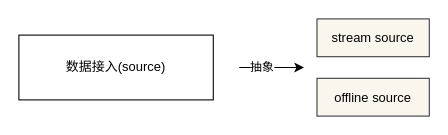
Earlier version of the draw.io diagram struct_abstract.drawio (learn2Pro/draw_io_save). Source tidied: cells renumbered, new cells numbered last; positions are measured from the earlier drawing's top-left corner, leaving out a move shared by most shapes. Both pictures are drawn from the tidied source at 108%, with x=0, y=0 at pixel (18, 18).
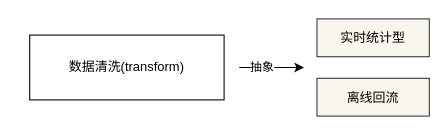
After the change.

Diff of the diagram source:
```diff
@@
 <mxGraphModel>
   <root>
     <mxCell id="0" />
     <mxCell id="1" parent="0" />
-    <mxCell id="2" value="数据接入(source)" style="rounded=0;whiteSpace=wrap;html=1;" parent="1" vertex="1">
-      <mxGeometry y="15" width="180" height="60" as="geometry" />
-    </mxCell>
     <mxCell id="3" style="endArrow=classic;html=1;" parent="1" edge="1">
       <mxGeometry relative="1" as="geometry">
         <mxPoint x="204" y="45" as="sourcePoint" />
         <mxPoint x="264" y="45" as="targetPoint" />
       </mxGeometry>
     </mxCell>
     <mxCell id="4" value="抽象" style="edgeLabel;html=1;align=center;verticalAlign=middle;" parent="3" vertex="1">
       <mxGeometry x="-0.34" y="1" relative="1" as="geometry" />
     </mxCell>
-    <mxCell id="5" value="stream source" style="rounded=0;whiteSpace=wrap;html=1;fillColor=#f9f7ed;strokeColor=#36393d;" parent="1" vertex="1">
+    <mxCell id="5" value="实时统计型" style="rounded=0;whiteSpace=wrap;html=1;fillColor=#f9f7ed;strokeColor=#36393d;" parent="1" vertex="1">
       <mxGeometry x="276" width="104" height="35" as="geometry" />
     </mxCell>
-    <mxCell id="6" value="offline source" style="rounded=0;whiteSpace=wrap;html=1;fillColor=#f9f7ed;strokeColor=#36393d;" parent="1" vertex="1">
+    <mxCell id="6" value="离线回流" style="rounded=0;whiteSpace=wrap;html=1;fillColor=#f9f7ed;strokeColor=#36393d;" parent="1" vertex="1">
       <mxGeometry x="276" y="55" width="104" height="35" as="geometry" />
     </mxCell>
+    <mxCell id="7" value="数据清洗(transform)" style="rounded=0;whiteSpace=wrap;html=1;" parent="1" vertex="1">
+      <mxGeometry x="10" y="15" width="180" height="60" as="geometry" />
+    </mxCell>
   </root>
 </mxGraphModel>
```
